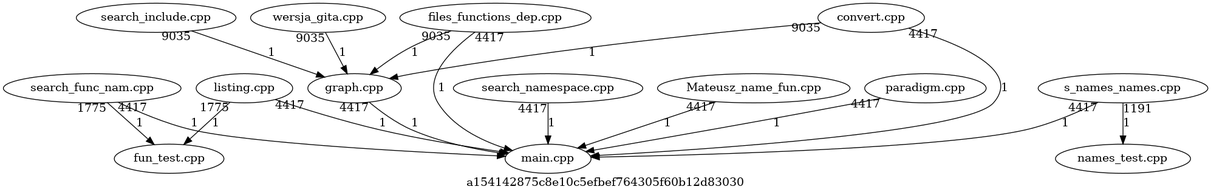
Earlier version of the Graphviz export folder/pliki.dot.png (ZychDev/Zak_Io_Project). Its source is kept beside it as folder/pliki.dot.
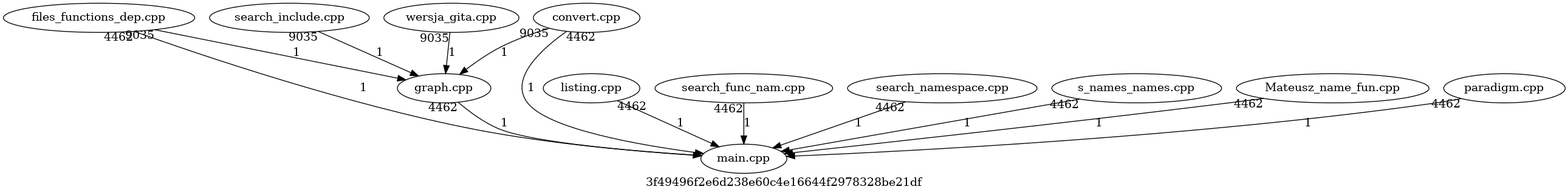
After the commit.

The edit, as a diff of the source:
```diff
@@ -1,23 +1,17 @@
 digraph files_graph
 {
-label = "a154142875c8e10c5efbef764305f60b12d83030"
-"search_func_nam.cpp"
-->"fun_test.cpp"[taillabel = 1775][label = 1]
-"listing.cpp"
-->"fun_test.cpp"[taillabel = 1775][label = 1]
+label = "3f49496f2e6d238e60c4e16644f2978328be21df"
 "search_include.cpp"->"graph.cpp"[taillabel = 9035][label = 1]
 "wersja_gita.cpp"->"graph.cpp"[taillabel = 9035][label = 1]
 "files_functions_dep.cpp"->"graph.cpp"[taillabel = 9035][label = 1]
 "convert.cpp"->"graph.cpp"[taillabel = 9035][label = 1]
-"graph.cpp"->"main.cpp"[taillabel = 4417][label = 1]
-"listing.cpp"->"main.cpp"[taillabel = 4417][label = 1]
-"search_func_nam.cpp"->"main.cpp"[taillabel = 4417][label = 1]
-"search_namespace.cpp"->"main.cpp"[taillabel = 4417][label = 1]
-"s_names_names.cpp"->"main.cpp"[taillabel = 4417][label = 1]
-"Mateusz_name_fun.cpp"->"main.cpp"[taillabel = 4417][label = 1]
-"convert.cpp"->"main.cpp"[taillabel = 4417][label = 1]
-"files_functions_dep.cpp"->"main.cpp"[taillabel = 4417][label = 1]
-"paradigm.cpp"->"main.cpp"[taillabel = 4417][label = 1]
-"s_names_names.cpp"
-->"names_test.cpp"[taillabel = 1191][label = 1]
+"graph.cpp"->"main.cpp"[taillabel = 4462][label = 1]
+"listing.cpp"->"main.cpp"[taillabel = 4462][label = 1]
+"search_func_nam.cpp"->"main.cpp"[taillabel = 4462][label = 1]
+"search_namespace.cpp"->"main.cpp"[taillabel = 4462][label = 1]
+"s_names_names.cpp"->"main.cpp"[taillabel = 4462][label = 1]
+"Mateusz_name_fun.cpp"->"main.cpp"[taillabel = 4462][label = 1]
+"convert.cpp"->"main.cpp"[taillabel = 4462][label = 1]
+"files_functions_dep.cpp"->"main.cpp"[taillabel = 4462][label = 1]
+"paradigm.cpp"->"main.cpp"[taillabel = 4462][label = 1]
 }
```
